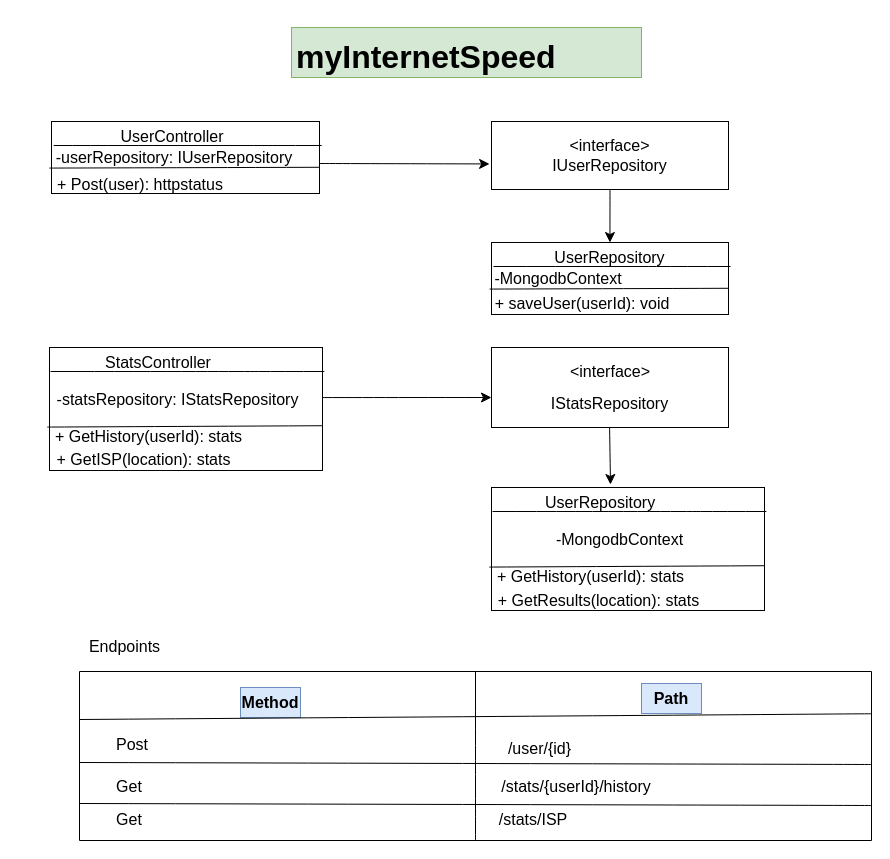
tsxepo-web/MyInternetSpeed keeps this draw.io diagram as Untitled Diagram.drawio. Above is the earlier version. Source tidied: cells renumbered, new cells numbered last; positions are measured from the earlier drawing's top-left corner, leaving out a move shared by most shapes. Both pictures are drawn from the tidied source at 100%, with x=0, y=0 at pixel (16, 27).
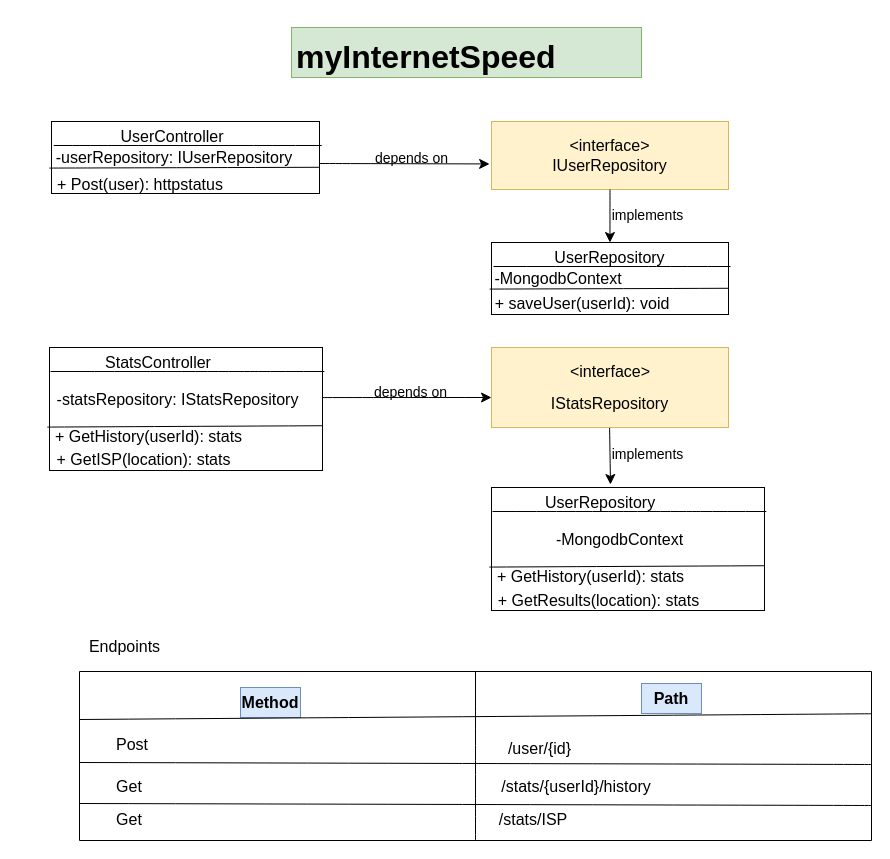
After the change.

Diff of the diagram source:
```diff
@@
-    <mxCell id="2" value="&amp;lt;interface&amp;gt;&lt;br&gt;IUserRepository" style="rounded=0;whiteSpace=wrap;html=1;fontSize=16;" parent="1" vertex="1">
+    <mxCell id="2" value="&amp;lt;interface&amp;gt;&lt;br&gt;IUserRepository" style="rounded=0;whiteSpace=wrap;html=1;fontSize=16;fillColor=#fff2cc;strokeColor=#d6b656;" parent="1" vertex="1">
       <mxGeometry x="475" y="94" width="237" height="68" as="geometry" />
     </mxCell>
     <mxCell id="3" style="group;" parent="1" vertex="1">
-      <mxGeometry x="35" y="94" width="370" height="78" as="geometry" />
+      <mxGeometry x="35" y="94" width="425" height="78" as="geometry" />
     </mxCell>
@@
+    <mxCell id="57" value="&lt;font style=&quot;font-size: 14px;&quot;&gt;depends on&lt;/font&gt;" style="text;html=1;strokeColor=none;fillColor=none;align=center;verticalAlign=middle;whiteSpace=wrap;rounded=0;fontSize=16;" parent="3" vertex="1">
+      <mxGeometry x="294" y="21" width="133" height="30" as="geometry" />
+    </mxCell>
@@
-    <mxCell id="37" style="group;" parent="1" vertex="1">
+    <mxCell id="37" style="group;fillColor=#ffe6cc;strokeColor=#d79b00;" parent="1" vertex="1">
       <mxGeometry x="475" y="320" width="237" height="80" as="geometry" />
     </mxCell>
-    <mxCell id="38" style="rounded=0;whiteSpace=wrap;html=1;fontSize=16;" parent="37" vertex="1">
+    <mxCell id="38" style="rounded=0;whiteSpace=wrap;html=1;fontSize=16;fillColor=#fff2cc;strokeColor=#d6b656;" parent="37" vertex="1">
       <mxGeometry width="237" height="80" as="geometry" />
     </mxCell>
@@
+    <mxCell id="58" value="&lt;font style=&quot;font-size: 14px;&quot;&gt;depends on&lt;/font&gt;" style="text;html=1;strokeColor=none;fillColor=none;align=center;verticalAlign=middle;whiteSpace=wrap;rounded=0;fontSize=16;" parent="1" vertex="1">
+      <mxGeometry x="328" y="349" width="133" height="30" as="geometry" />
+    </mxCell>
+    <mxCell id="59" value="&lt;font style=&quot;font-size: 14px;&quot;&gt;implements&lt;/font&gt;" style="text;html=1;strokeColor=none;fillColor=none;align=center;verticalAlign=middle;whiteSpace=wrap;rounded=0;fontSize=16;" parent="1" vertex="1">
+      <mxGeometry x="582" y="172" width="99" height="30" as="geometry" />
+    </mxCell>
+    <mxCell id="60" value="&lt;font style=&quot;font-size: 14px;&quot;&gt;implements&lt;/font&gt;" style="text;html=1;strokeColor=none;fillColor=none;align=center;verticalAlign=middle;whiteSpace=wrap;rounded=0;fontSize=16;" parent="1" vertex="1">
+      <mxGeometry x="582" y="411" width="99" height="30" as="geometry" />
+    </mxCell>
```
